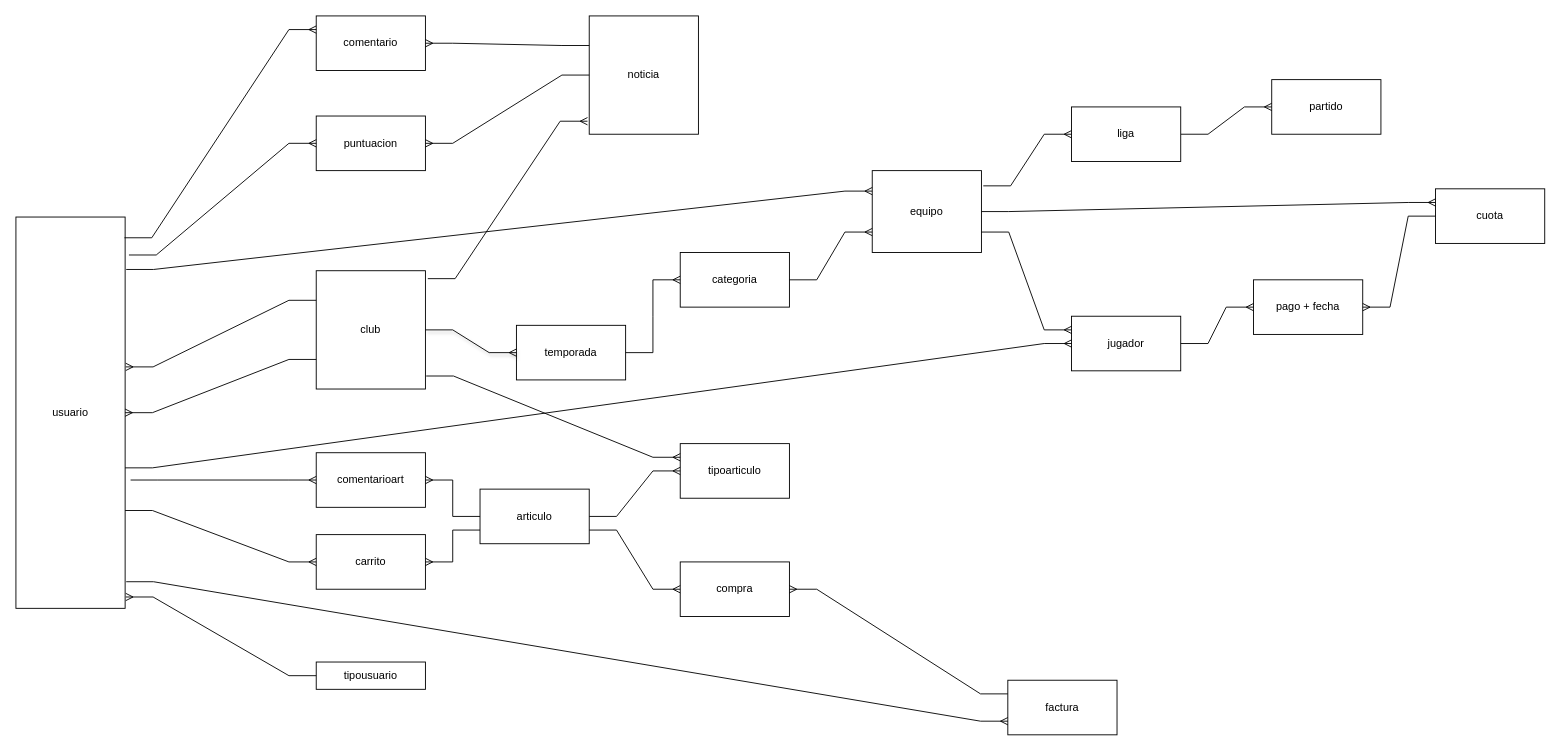
The draw.io diagram gesportin/src/main/resources/gesportin.drawio in Rond88/gesportin, before the edit. Source tidied: cells renumbered, new cells numbered last; positions are measured from the earlier drawing's top-left corner, leaving out a move shared by most shapes. Both pictures are drawn from the tidied source at 91%, with x=0, y=0 at pixel (15, 15).
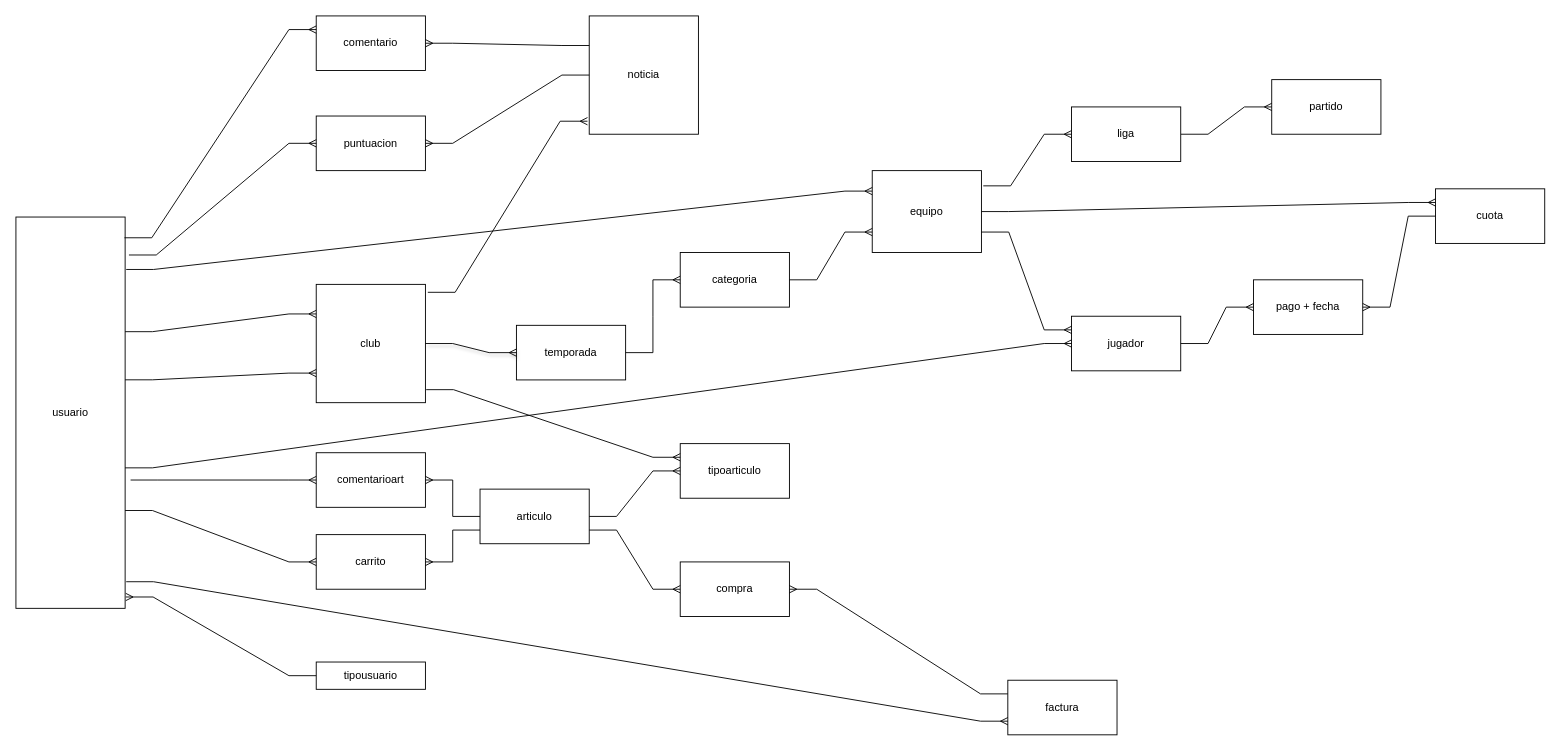
After the change.

Commit message:
fix: Adjust positioning of 'club' and related edges in diagram

Unchanged cells that the change refers to:
```xml
<mxCell id="2" value="usuario" style="rounded=0;whiteSpace=wrap;html=1;" parent="1" vertex="1">
  <mxGeometry y="221" width="120" height="430" as="geometry" />
</mxCell>
```

The edit, as a diff of the source:
```diff
@@
     <mxCell id="5" value="club" style="rounded=0;whiteSpace=wrap;html=1;" parent="1" vertex="1">
-      <mxGeometry x="330" y="280" width="120" height="130" as="geometry" />
+      <mxGeometry x="330" y="295" width="120" height="130" as="geometry" />
     </mxCell>
@@
-    <mxCell id="7" style="edgeStyle=entityRelationEdgeStyle;fontSize=12;html=1;endArrow=ERmany;rounded=0;entryX=1.006;entryY=0.383;entryDx=0;entryDy=0;exitX=0;exitY=0.25;exitDx=0;exitDy=0;entryPerimeter=0;" parent="1" edge="1" source="5" target="2">
+    <mxCell id="7" style="edgeStyle=entityRelationEdgeStyle;fontSize=12;html=1;endArrow=ERmany;rounded=0;entryX=0;entryY=0.25;entryDx=0;entryDy=0;exitX=1;exitY=0.293;exitDx=0;exitDy=0;exitPerimeter=0;" parent="1" edge="1" source="2" target="5">
       <mxGeometry relative="1" as="geometry" />
     </mxCell>
@@
-    <mxCell id="33" style="edgeStyle=entityRelationEdgeStyle;fontSize=12;html=1;endArrow=ERmany;rounded=0;entryX=1;entryY=0.5;entryDx=0;entryDy=0;exitX=0;exitY=0.75;exitDx=0;exitDy=0;" parent="1" edge="1" source="5" target="2">
+    <mxCell id="33" style="edgeStyle=entityRelationEdgeStyle;fontSize=12;html=1;endArrow=ERmany;rounded=0;exitX=1;exitY=0.416;exitDx=0;exitDy=0;exitPerimeter=0;entryX=0;entryY=0.75;entryDx=0;entryDy=0;" parent="1" edge="1" source="2" target="5">
       <mxGeometry relative="1" as="geometry" />
     </mxCell>
```
